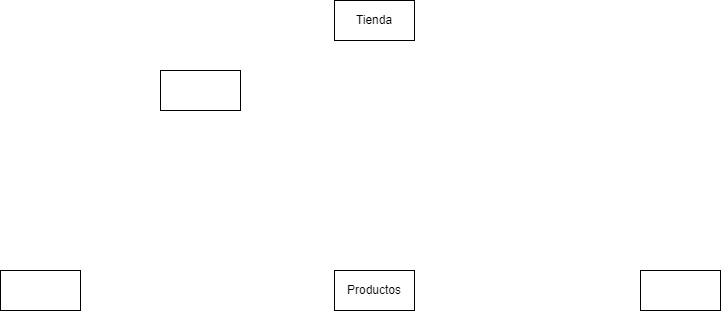
Above: Ejercicios/images/Diagrama_BAE_E5.drawio.png in adogonz23/BAE (draw.io), before the change. Source tidied: cells renumbered, new cells last; positions are measured from the earlier drawing's top-left corner, leaving out a move shared by most shapes.
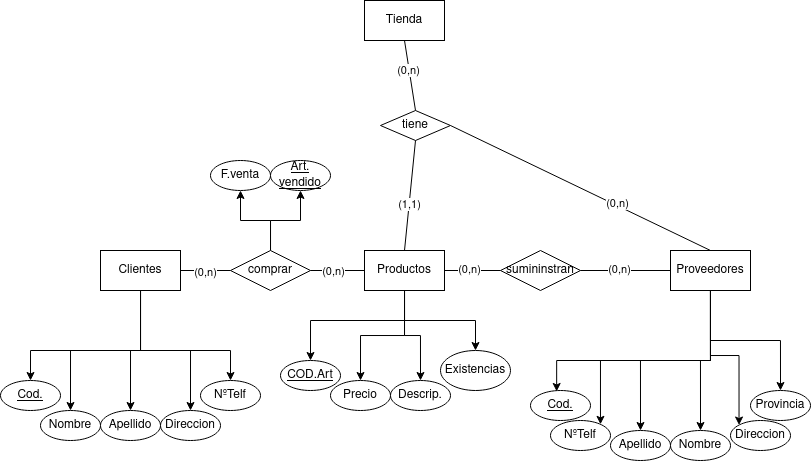
After the change.

What changed in the source:
```diff
@@ -2,20 +2,195 @@
   <root>
     <mxCell id="0" />
     <mxCell id="1" parent="0" />
-    <mxCell id="2" style="rounded=0;whiteSpace=wrap;html=1;" parent="1" vertex="1">
-      <mxGeometry x="160" y="70" width="80" height="40" as="geometry" />
-    </mxCell>
     <mxCell id="3" value="Tienda" style="rounded=0;whiteSpace=wrap;html=1;" parent="1" vertex="1">
       <mxGeometry x="334" width="80" height="40" as="geometry" />
     </mxCell>
+    <mxCell id="7" style="edgeStyle=orthogonalEdgeStyle;rounded=0;jettySize=auto;html=1;entryX=0.5;entryY=0;entryDx=0;entryDy=0;" parent="1" edge="1" source="4" target="49">
+      <mxGeometry relative="1" as="geometry" />
+    </mxCell>
+    <mxCell id="8" style="edgeStyle=orthogonalEdgeStyle;rounded=0;jettySize=auto;html=1;" parent="1" edge="1" source="4" target="50">
+      <mxGeometry relative="1" as="geometry">
+        <Array as="points">
+          <mxPoint x="680" y="360" />
+          <mxPoint x="570" y="360" />
+        </Array>
+      </mxGeometry>
+    </mxCell>
+    <mxCell id="9" style="edgeStyle=orthogonalEdgeStyle;rounded=0;jettySize=auto;html=1;entryX=0.5;entryY=0;entryDx=0;entryDy=0;" parent="1" edge="1" source="4" target="48">
+      <mxGeometry relative="1" as="geometry" />
+    </mxCell>
+    <mxCell id="10" style="edgeStyle=orthogonalEdgeStyle;rounded=0;jettySize=auto;html=1;entryX=0;entryY=0;entryDx=0;entryDy=0;" parent="1" edge="1" source="4" target="51">
+      <mxGeometry relative="1" as="geometry" />
+    </mxCell>
+    <mxCell id="11" style="edgeStyle=orthogonalEdgeStyle;rounded=0;jettySize=auto;html=1;entryX=0.5;entryY=0;entryDx=0;entryDy=0;" parent="1" edge="1" source="4" target="52">
+      <mxGeometry relative="1" as="geometry" />
+    </mxCell>
-    <mxCell id="4" style="rounded=0;whiteSpace=wrap;html=1;" parent="1" vertex="1">
-      <mxGeometry x="640" y="270" width="80" height="40" as="geometry" />
+    <mxCell id="4" value="&lt;div&gt;Proveedores&lt;/div&gt;" style="rounded=0;whiteSpace=wrap;html=1;" parent="1" vertex="1">
+      <mxGeometry x="640" y="250" width="80" height="40" as="geometry" />
     </mxCell>
+    <mxCell id="12" style="edgeStyle=orthogonalEdgeStyle;rounded=0;jettySize=auto;html=1;entryX=0.5;entryY=0;entryDx=0;entryDy=0;" parent="1" edge="1" source="5" target="42">
+      <mxGeometry relative="1" as="geometry">
+        <Array as="points">
+          <mxPoint x="110" y="350" />
+          <mxPoint y="350" />
+        </Array>
+      </mxGeometry>
+    </mxCell>
+    <mxCell id="13" style="edgeStyle=orthogonalEdgeStyle;rounded=0;jettySize=auto;html=1;" parent="1" edge="1" source="5" target="45">
+      <mxGeometry relative="1" as="geometry" />
+    </mxCell>
+    <mxCell id="14" style="edgeStyle=orthogonalEdgeStyle;rounded=0;jettySize=auto;html=1;entryX=0.5;entryY=0;entryDx=0;entryDy=0;" parent="1" edge="1" source="5" target="44">
+      <mxGeometry relative="1" as="geometry" />
+    </mxCell>
+    <mxCell id="15" style="edgeStyle=orthogonalEdgeStyle;rounded=0;jettySize=auto;html=1;" parent="1" edge="1" source="5" target="43">
+      <mxGeometry relative="1" as="geometry" />
+    </mxCell>
+    <mxCell id="16" style="edgeStyle=orthogonalEdgeStyle;rounded=0;jettySize=auto;html=1;" parent="1" edge="1" source="5" target="46">
+      <mxGeometry relative="1" as="geometry">
+        <Array as="points">
+          <mxPoint x="110" y="350" />
+          <mxPoint x="200" y="350" />
+        </Array>
+      </mxGeometry>
+    </mxCell>
-    <mxCell id="5" style="rounded=0;whiteSpace=wrap;html=1;" parent="1" vertex="1">
-      <mxGeometry y="270" width="80" height="40" as="geometry" />
+    <mxCell id="5" value="Clientes" style="rounded=0;whiteSpace=wrap;html=1;" parent="1" vertex="1">
+      <mxGeometry x="70" y="250" width="80" height="40" as="geometry" />
     </mxCell>
+    <mxCell id="17" style="edgeStyle=orthogonalEdgeStyle;rounded=0;jettySize=auto;html=1;entryX=0.5;entryY=0;entryDx=0;entryDy=0;" parent="1" edge="1" source="6" target="54">
+      <mxGeometry relative="1" as="geometry">
+        <Array as="points">
+          <mxPoint x="374" y="320" />
+          <mxPoint x="280" y="320" />
+        </Array>
+      </mxGeometry>
+    </mxCell>
+    <mxCell id="18" style="edgeStyle=orthogonalEdgeStyle;rounded=0;jettySize=auto;html=1;" parent="1" edge="1" source="6" target="55">
+      <mxGeometry relative="1" as="geometry" />
+    </mxCell>
+    <mxCell id="19" style="edgeStyle=orthogonalEdgeStyle;rounded=0;jettySize=auto;html=1;entryX=0.5;entryY=0;entryDx=0;entryDy=0;" parent="1" edge="1" source="6" target="57">
+      <mxGeometry relative="1" as="geometry" />
+    </mxCell>
+    <mxCell id="20" style="edgeStyle=orthogonalEdgeStyle;rounded=0;jettySize=auto;html=1;" parent="1" edge="1" source="6" target="56">
+      <mxGeometry relative="1" as="geometry" />
+    </mxCell>
     <mxCell id="6" value="Productos" style="rounded=0;whiteSpace=wrap;html=1;" parent="1" vertex="1">
-      <mxGeometry x="334" y="270" width="80" height="40" as="geometry" />
+      <mxGeometry x="334" y="250" width="80" height="40" as="geometry" />
     </mxCell>
+    <mxCell id="21" value="sumininstran" style="rhombus;whiteSpace=wrap;html=1;" parent="1" vertex="1">
+      <mxGeometry x="470" y="250" width="80" height="40" as="geometry" />
+    </mxCell>
+    <mxCell id="22" style="edgeStyle=orthogonalEdgeStyle;rounded=0;jettySize=auto;html=1;entryX=0.5;entryY=1;entryDx=0;entryDy=0;" parent="1" edge="1" source="24" target="41">
+      <mxGeometry relative="1" as="geometry" />
+    </mxCell>
+    <mxCell id="23" style="edgeStyle=orthogonalEdgeStyle;rounded=0;jettySize=auto;html=1;entryX=0.5;entryY=1;entryDx=0;entryDy=0;" parent="1" edge="1" source="24" target="40">
+      <mxGeometry relative="1" as="geometry" />
+    </mxCell>
+    <mxCell id="24" value="comprar" style="rhombus;whiteSpace=wrap;html=1;" parent="1" vertex="1">
+      <mxGeometry x="200" y="250" width="80" height="40" as="geometry" />
+    </mxCell>
+    <mxCell id="25" style="endArrow=none;html=1;rounded=0;entryX=1;entryY=0.5;entryDx=0;entryDy=0;exitX=0;exitY=0.5;exitDx=0;exitDy=0;" parent="1" edge="1" source="4" target="21">
+      <mxGeometry relative="1" as="geometry" />
+    </mxCell>
+    <mxCell id="26" value="(0,n)" style="edgeLabel;html=1;align=center;verticalAlign=middle;" parent="25" vertex="1">
+      <mxGeometry x="0.15" y="-1" relative="1" as="geometry" />
+    </mxCell>
+    <mxCell id="27" style="endArrow=none;html=1;rounded=0;exitX=1;exitY=0.5;exitDx=0;exitDy=0;entryX=0;entryY=0.5;entryDx=0;entryDy=0;" parent="1" edge="1" source="24" target="6">
+      <mxGeometry relative="1" as="geometry" />
+    </mxCell>
+    <mxCell id="28" value="(0,n)" style="edgeLabel;html=1;align=center;verticalAlign=middle;" parent="27" vertex="1">
+      <mxGeometry x="-0.16" y="-1" relative="1" as="geometry" />
+    </mxCell>
+    <mxCell id="29" style="endArrow=none;html=1;rounded=0;entryX=1;entryY=0.5;entryDx=0;entryDy=0;exitX=0;exitY=0.5;exitDx=0;exitDy=0;" parent="1" edge="1" source="21" target="6">
+      <mxGeometry relative="1" as="geometry" />
+    </mxCell>
+    <mxCell id="30" value="(0,n)" style="edgeLabel;html=1;align=center;verticalAlign=middle;" parent="29" vertex="1">
+      <mxGeometry x="0.13" y="-1" relative="1" as="geometry" />
+    </mxCell>
+    <mxCell id="31" style="endArrow=none;html=1;rounded=0;exitX=1;exitY=0.5;exitDx=0;exitDy=0;" parent="1" edge="1" source="5" target="24">
+      <mxGeometry relative="1" as="geometry" />
+    </mxCell>
+    <mxCell id="32" value="(0,n)" style="edgeLabel;html=1;align=center;verticalAlign=middle;" parent="31" vertex="1">
+      <mxGeometry x="0.01" y="-2" relative="1" as="geometry" />
+    </mxCell>
+    <mxCell id="33" value="tiene" style="rhombus;whiteSpace=wrap;html=1;" parent="1" vertex="1">
+      <mxGeometry x="350" y="110" width="70" height="30" as="geometry" />
+    </mxCell>
+    <mxCell id="34" style="endArrow=none;html=1;rounded=0;entryX=0.5;entryY=1;entryDx=0;entryDy=0;exitX=0.5;exitY=0;exitDx=0;exitDy=0;" parent="1" edge="1" source="33" target="3">
+      <mxGeometry relative="1" as="geometry" />
+    </mxCell>
+    <mxCell id="35" value="(0,n)" style="edgeLabel;html=1;align=center;verticalAlign=middle;" parent="34" vertex="1">
+      <mxGeometry x="0.14" y="1" relative="1" as="geometry" />
+    </mxCell>
+    <mxCell id="36" style="endArrow=none;html=1;rounded=0;entryX=1;entryY=0.5;entryDx=0;entryDy=0;exitX=0.5;exitY=0;exitDx=0;exitDy=0;" parent="1" edge="1" source="4" target="33">
+      <mxGeometry relative="1" as="geometry" />
+    </mxCell>
+    <mxCell id="37" value="(0,n)" style="edgeLabel;html=1;align=center;verticalAlign=middle;" parent="36" vertex="1">
+      <mxGeometry x="-0.28" y="-2" relative="1" as="geometry" />
+    </mxCell>
+    <mxCell id="38" style="endArrow=none;html=1;rounded=0;entryX=0.5;entryY=1;entryDx=0;entryDy=0;exitX=0.5;exitY=0;exitDx=0;exitDy=0;" parent="1" edge="1" source="6" target="33">
+      <mxGeometry relative="1" as="geometry" />
+    </mxCell>
+    <mxCell id="39" value="(1,1)" style="edgeLabel;html=1;align=center;verticalAlign=middle;" parent="38" vertex="1">
+      <mxGeometry x="-0.16" relative="1" as="geometry" />
+    </mxCell>
+    <mxCell id="40" value="F.venta" style="ellipse;whiteSpace=wrap;html=1;" parent="1" vertex="1">
+      <mxGeometry x="180" y="160" width="60" height="30" as="geometry" />
+    </mxCell>
+    <mxCell id="41" value="&lt;div&gt;&lt;u&gt;Art.&lt;/u&gt;&lt;/div&gt;&lt;div&gt;&lt;u&gt;vendido&lt;i&gt;&lt;br&gt;&lt;/i&gt;&lt;/u&gt;&lt;/div&gt;" style="ellipse;whiteSpace=wrap;html=1;" parent="1" vertex="1">
+      <mxGeometry x="240" y="160" width="60" height="30" as="geometry" />
+    </mxCell>
+    <mxCell id="42" value="&lt;u&gt;Cod.&lt;/u&gt;" style="ellipse;whiteSpace=wrap;html=1;" parent="1" vertex="1">
+      <mxGeometry x="-30" y="380" width="60" height="30" as="geometry" />
+    </mxCell>
+    <mxCell id="43" value="Direccion" style="ellipse;whiteSpace=wrap;html=1;" parent="1" vertex="1">
+      <mxGeometry x="130" y="410" width="60" height="30" as="geometry" />
+    </mxCell>
+    <mxCell id="44" value="Apellido" style="ellipse;whiteSpace=wrap;html=1;" parent="1" vertex="1">
+      <mxGeometry x="70" y="410" width="60" height="30" as="geometry" />
+    </mxCell>
+    <mxCell id="45" value="Nombre" style="ellipse;whiteSpace=wrap;html=1;" parent="1" vertex="1">
+      <mxGeometry x="10" y="410" width="60" height="30" as="geometry" />
+    </mxCell>
+    <mxCell id="46" value="NºTelf" style="ellipse;whiteSpace=wrap;html=1;" parent="1" vertex="1">
+      <mxGeometry x="170" y="380" width="60" height="30" as="geometry" />
+    </mxCell>
+    <mxCell id="47" value="&lt;u&gt;Cod.&lt;/u&gt;" style="ellipse;whiteSpace=wrap;html=1;" parent="1" vertex="1">
+      <mxGeometry x="500" y="390" width="60" height="30" as="geometry" />
+    </mxCell>
+    <mxCell id="48" value="Nombre" style="ellipse;whiteSpace=wrap;html=1;" parent="1" vertex="1">
+      <mxGeometry x="640" y="430" width="60" height="30" as="geometry" />
+    </mxCell>
+    <mxCell id="49" value="&lt;div&gt;Apellido&lt;/div&gt;" style="ellipse;whiteSpace=wrap;html=1;" parent="1" vertex="1">
+      <mxGeometry x="580" y="430" width="60" height="30" as="geometry" />
+    </mxCell>
+    <mxCell id="50" value="NºTelf" style="ellipse;whiteSpace=wrap;html=1;" parent="1" vertex="1">
+      <mxGeometry x="520" y="420" width="60" height="30" as="geometry" />
+    </mxCell>
+    <mxCell id="51" value="Direccion" style="ellipse;whiteSpace=wrap;html=1;" parent="1" vertex="1">
+      <mxGeometry x="700" y="420" width="60" height="30" as="geometry" />
+    </mxCell>
+    <mxCell id="52" value="Provincia" style="ellipse;whiteSpace=wrap;html=1;" parent="1" vertex="1">
+      <mxGeometry x="720" y="390" width="60" height="30" as="geometry" />
+    </mxCell>
+    <mxCell id="53" style="edgeStyle=orthogonalEdgeStyle;rounded=0;jettySize=auto;html=1;entryX=0.436;entryY=0.032;entryDx=0;entryDy=0;entryPerimeter=0;" parent="1" edge="1" source="4" target="47">
+      <mxGeometry relative="1" as="geometry">
+        <Array as="points">
+          <mxPoint x="680" y="360" />
+          <mxPoint x="526" y="360" />
+        </Array>
+      </mxGeometry>
+    </mxCell>
+    <mxCell id="54" value="&lt;u&gt;COD.Art&lt;/u&gt;" style="ellipse;whiteSpace=wrap;html=1;" parent="1" vertex="1">
+      <mxGeometry x="250" y="360" width="60" height="30" as="geometry" />
+    </mxCell>
+    <mxCell id="55" value="Precio" style="ellipse;whiteSpace=wrap;html=1;" parent="1" vertex="1">
+      <mxGeometry x="300" y="380" width="60" height="30" as="geometry" />
+    </mxCell>
+    <mxCell id="56" value="Existencias" style="ellipse;whiteSpace=wrap;html=1;" parent="1" vertex="1">
+      <mxGeometry x="410" y="350" width="70" height="40" as="geometry" />
+    </mxCell>
+    <mxCell id="57" value="Descrip." style="ellipse;whiteSpace=wrap;html=1;" parent="1" vertex="1">
+      <mxGeometry x="360" y="380" width="60" height="30" as="geometry" />
+    </mxCell>
   </root>
 </mxGraphModel>
```
